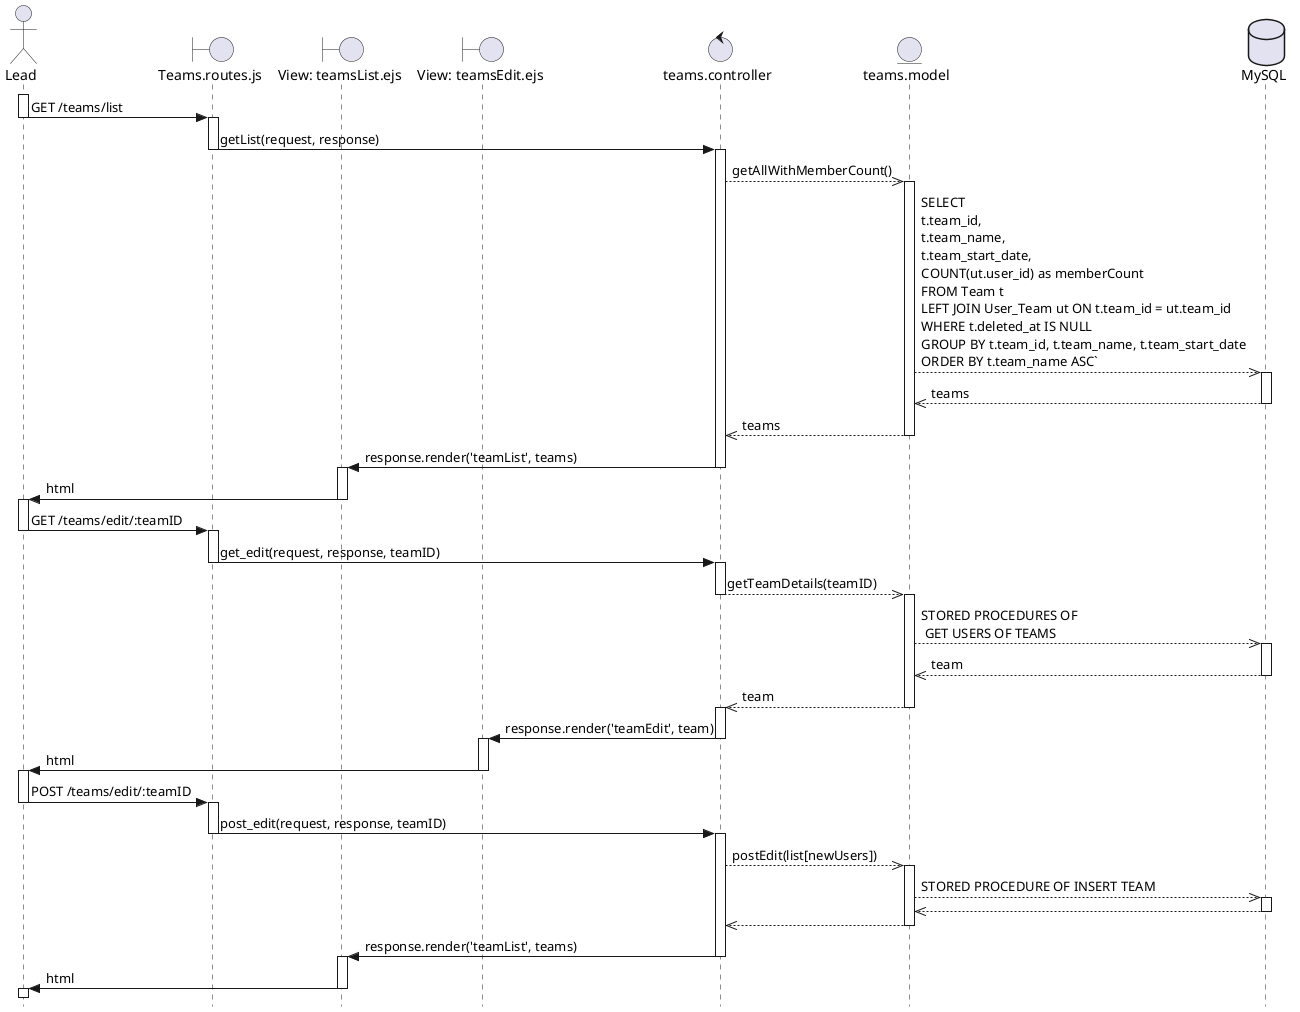
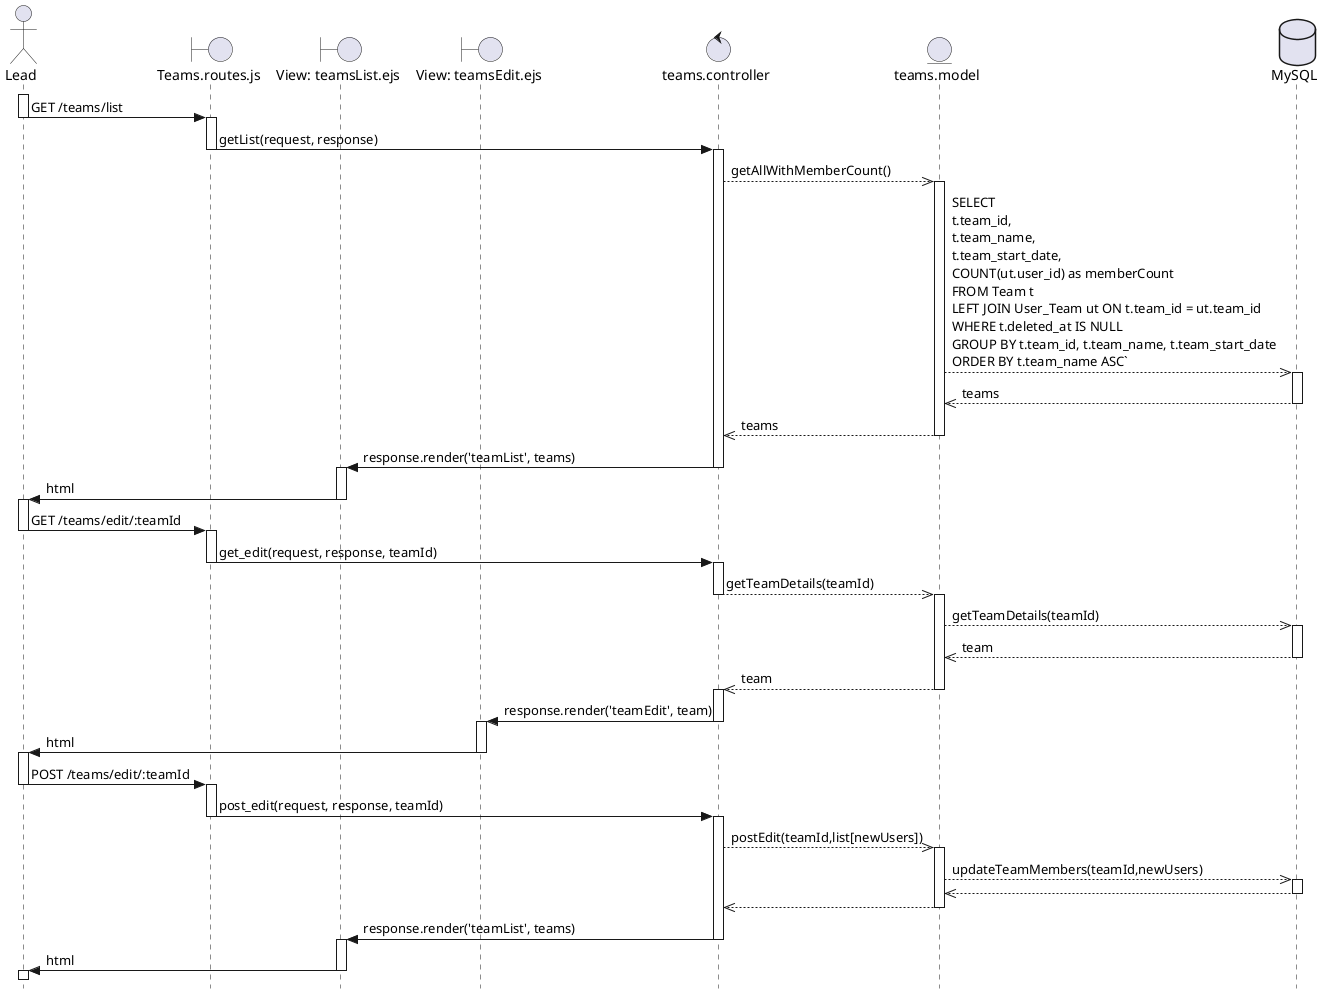
@startuml "Assign user to team"
skinparam style strictuml

actor Lead as U
boundary "Teams.routes.js" as RO
boundary "View: teamsList.ejs" as VL
boundary "View: teamsEdit.ejs" as VE
control "teams.controller" as C
entity "teams.model" as TM
database "MySQL" as BD

' Section about getting a list of teams '
activate U
U -> RO : GET /teams/list
deactivate U

activate RO
RO -> C : getList(request, response)
deactivate RO

activate C
C -->> TM : getAllWithMemberCount()
activate TM
TM -->> BD : SELECT \nt.team_id, \nt.team_name, \nt.team_start_date, \nCOUNT(ut.user_id) as memberCount \nFROM Team t \nLEFT JOIN User_Team ut ON t.team_id = ut.team_id \nWHERE t.deleted_at IS NULL \nGROUP BY t.team_id, t.team_name, t.team_start_date \nORDER BY t.team_name ASC`

activate BD
BD -->> TM : teams
deactivate BD
TM -->> C : teams
deactivate TM

C -> VL : response.render('teamList', teams)
deactivate C

activate VL
VL -> U : html
deactivate VL



' Section about getting the info of one team '
activate U
- U -> RO : GET /teams/edit/:teamID
+ U -> RO : GET /teams/edit/:teamId
deactivate U

activate RO
- RO -> C : get_edit(request, response, teamID)
+ RO -> C : get_edit(request, response, teamId)
deactivate RO

activate C
- C -->> TM : getTeamDetails(teamID)
+ C -->> TM : getTeamDetails(teamId)
deactivate C

activate TM

- TM -->> BD : STORED PROCEDURES OF \n GET USERS OF TEAMS
+ TM -->> BD : getTeamDetails(teamId)
activate BD
BD -->> TM : team
deactivate BD

TM -->> C : team
deactivate TM
activate C
C -> VE : response.render('teamEdit', team)
deactivate C

activate VE
VE -> U : html
deactivate VE

' Section about posting the changes of users '
activate U
- U -> RO : POST /teams/edit/:teamID
+ U -> RO : POST /teams/edit/:teamId
deactivate U

activate RO
- RO -> C : post_edit(request, response, teamID)
+ RO -> C : post_edit(request, response, teamId)
deactivate RO

activate C
- C -->> TM : postEdit(list[newUsers])
+ C -->> TM : postEdit(teamId,list[newUsers])

activate TM
- TM -->> BD : STORED PROCEDURE OF INSERT TEAM
+ TM -->> BD : updateTeamMembers(teamId,newUsers)
activate BD
BD -->> TM :
deactivate BD
TM -->> C :
deactivate TM
C -> VL : response.render('teamList', teams)
deactivate C

activate VL
VL -> U : html
deactivate VL
activate U